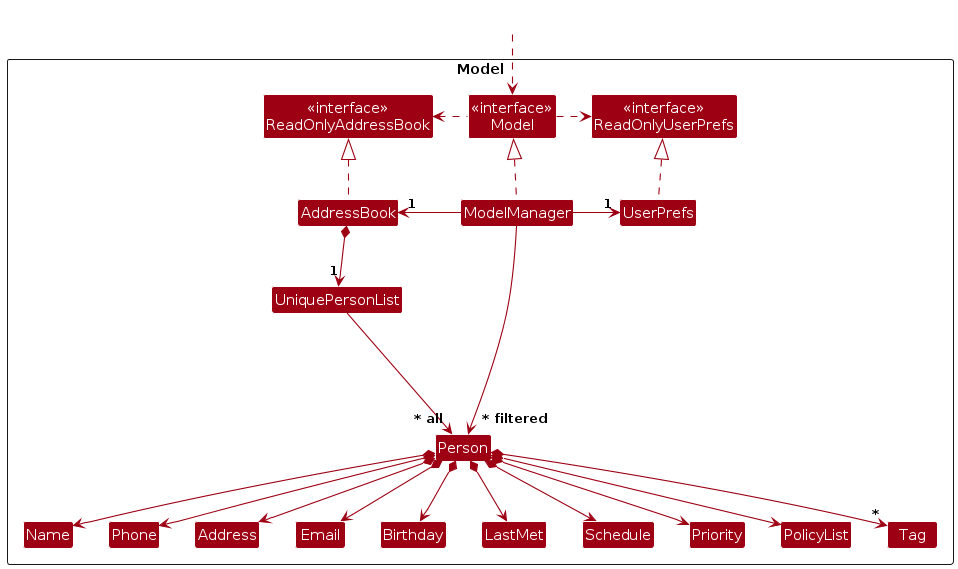
This is diagrams/ModelClassDiagram.png from getsquared/tp, a PlantUML export, as it was before one commit. Its source is kept beside it as diagrams/ModelClassDiagram.puml.
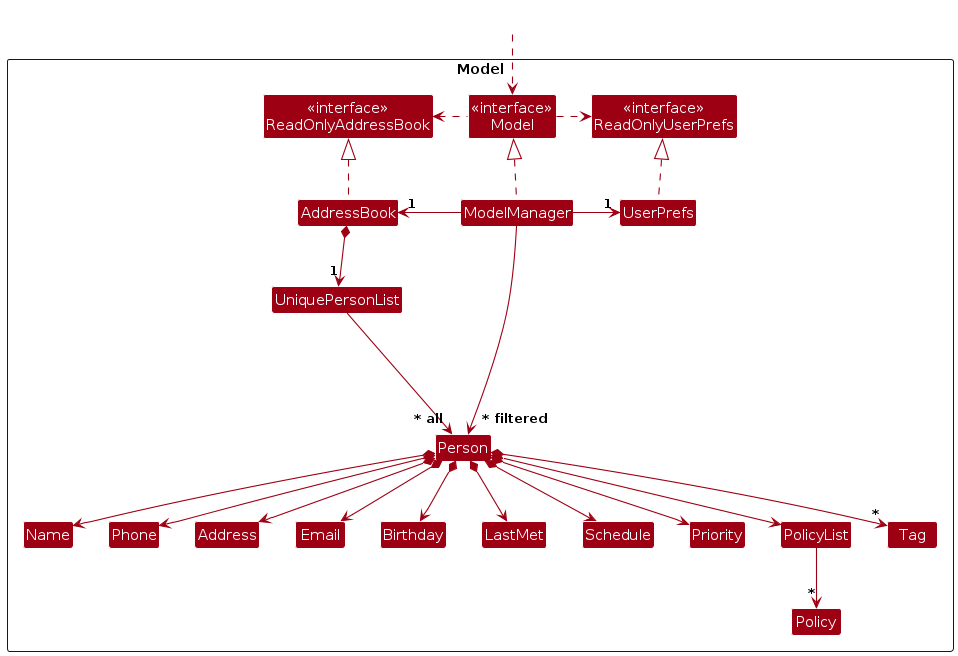
After the commit.

The edit, as a diff of the source:
```diff
@@ -21,6 +21,7 @@
 Class LastMet
 Class Schedule
 Class Priority
+Class Policy
 Class PolicyList
 Class Phone
 Class Tag
@@ -53,6 +54,8 @@
 Person *--> PolicyList
 Person *--> "*" Tag
 
+PolicyList --> "*" Policy
+
 Person -[hidden]up--> I
 UniquePersonList -[hidden]right-> I
 
```
